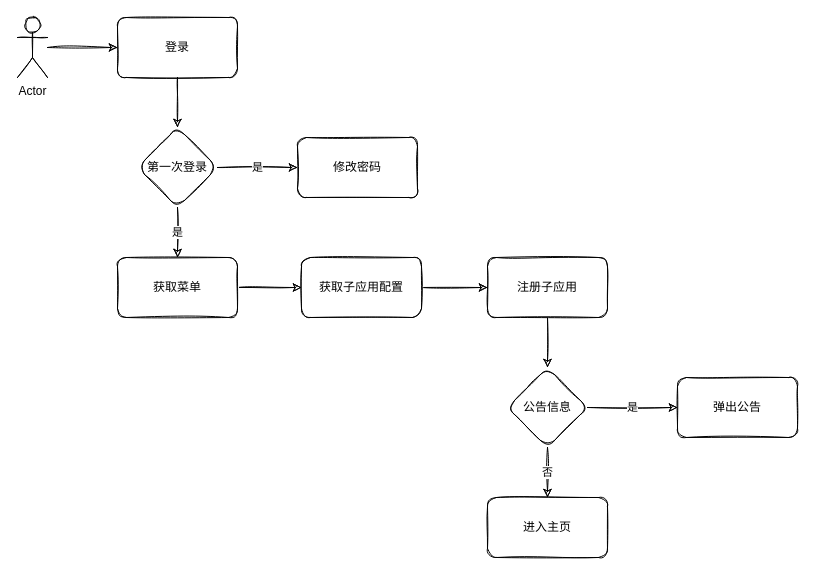
Earlier version of the draw.io diagram 未命名绘图.drawio (GHleefat/draw.io-). Source tidied: cells renumbered, new cells numbered last; positions are measured from the earlier drawing's top-left corner, leaving out a move shared by most shapes. Both pictures are drawn from the tidied source at 100%, with x=0, y=0 at pixel (17, 17).
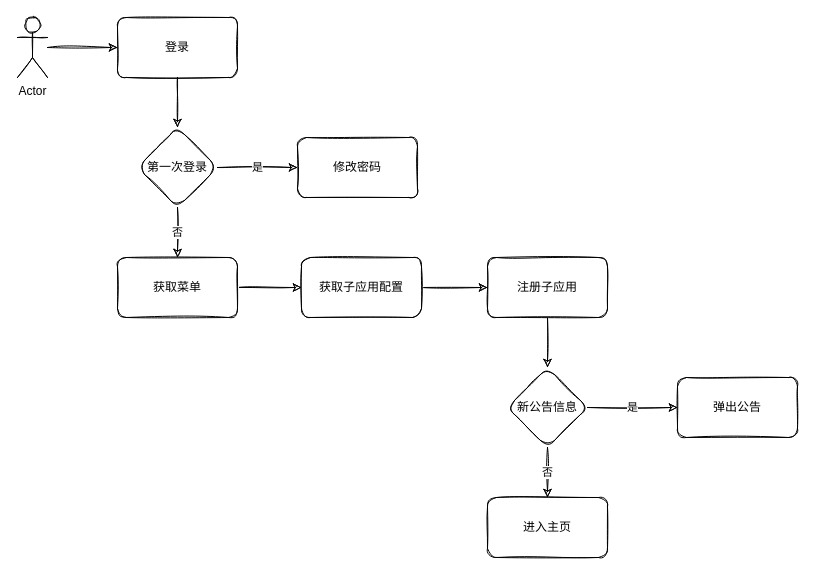
Above is the later version.

Commit message:
docs: 更改判断逻辑

The change refers to these unchanged cells:
```xml
<mxCell id="8" value="第一次登录" style="rhombus;whiteSpace=wrap;html=1;sketch=1;rounded=1;" parent="1" vertex="1">
  <mxGeometry x="120" y="110" width="80" height="80" as="geometry" />
</mxCell>
<mxCell id="10" value="获取菜单" style="whiteSpace=wrap;html=1;sketch=1;rounded=1;" parent="1" vertex="1">
  <mxGeometry x="100" y="240" width="120" height="60" as="geometry" />
</mxCell>
```

Change to the diagram source:
```diff
@@
-    <mxCell id="6" value="是" style="edgeStyle=orthogonalEdgeStyle;jettySize=auto;html=1;sketch=1;" parent="1" edge="1" source="8" target="10">
+    <mxCell id="6" value="否" style="edgeStyle=orthogonalEdgeStyle;jettySize=auto;html=1;sketch=1;" parent="1" edge="1" source="8" target="10">
       <mxGeometry relative="1" as="geometry" />
     </mxCell>
@@
-    <mxCell id="18" value="公告信息" style="rhombus;whiteSpace=wrap;html=1;sketch=1;rounded=1;" parent="1" vertex="1">
+    <mxCell id="18" value="新公告信息" style="rhombus;whiteSpace=wrap;html=1;sketch=1;rounded=1;" parent="1" vertex="1">
       <mxGeometry x="490" y="350" width="80" height="80" as="geometry" />
     </mxCell>
```
